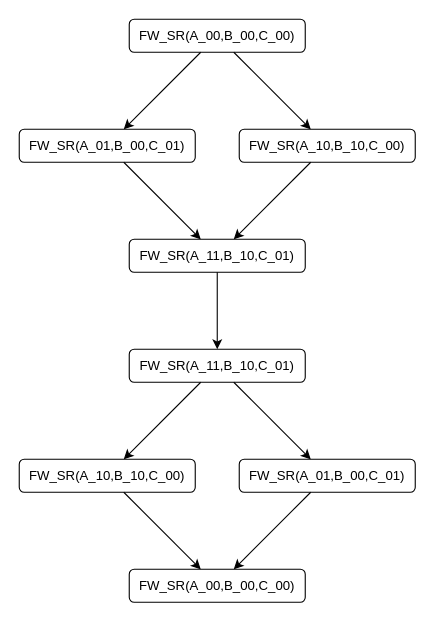
This is lab2/FW/diagrams/task_graph.drawio from panos-kaf/parallelSystems, a draw.io file, before an edit. Source tidied: cells renumbered, new cells numbered last; positions are measured from the earlier drawing's top-left corner, leaving out a move shared by most shapes. Both pictures are drawn from the tidied source at 110%, with x=0, y=0 at pixel (19, 19).
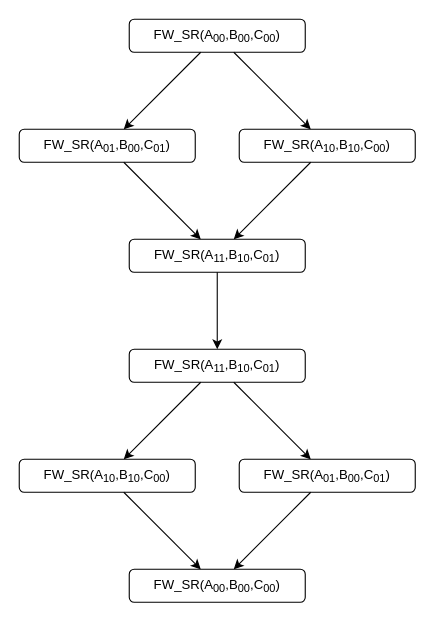
The same page after the edit.

Change to the diagram source:
```diff
@@
-    <mxCell id="2" value="FW_SR(A_00,B_00,C_00)" style="rounded=1;whiteSpace=wrap;html=1;" parent="1" vertex="1">
+    <mxCell id="2" value="FW_SR(A&lt;sub&gt;00&lt;/sub&gt;,B&lt;sub&gt;00&lt;/sub&gt;,C&lt;sub&gt;00&lt;/sub&gt;)" style="rounded=1;whiteSpace=wrap;html=1;" parent="1" vertex="1">
       <mxGeometry x="100" width="160" height="30" as="geometry" />
     </mxCell>
-    <mxCell id="3" value="&lt;div&gt;&lt;br&gt;&lt;/div&gt;&lt;div&gt;FW_SR(A_01,B_00,C_01)&lt;/div&gt;&lt;div&gt;&lt;br&gt;&lt;/div&gt;" style="rounded=1;whiteSpace=wrap;html=1;" parent="1" vertex="1">
+    <mxCell id="3" value="&lt;div&gt;&lt;br&gt;&lt;/div&gt;&lt;div&gt;FW_SR(A&lt;sub&gt;01&lt;/sub&gt;,B&lt;sub&gt;00&lt;/sub&gt;,C&lt;sub&gt;01&lt;/sub&gt;)&lt;/div&gt;&lt;div&gt;&lt;br&gt;&lt;/div&gt;" style="rounded=1;whiteSpace=wrap;html=1;" parent="1" vertex="1">
       <mxGeometry y="100" width="160" height="30" as="geometry" />
     </mxCell>
@@
-    <mxCell id="5" value="&lt;div&gt;&lt;br&gt;&lt;/div&gt;&lt;div&gt;FW_SR(A_10,B_10,C_00)&lt;/div&gt;&lt;div&gt;&lt;br&gt;&lt;/div&gt;" style="rounded=1;whiteSpace=wrap;html=1;" parent="1" vertex="1">
+    <mxCell id="5" value="&lt;div&gt;&lt;br&gt;&lt;/div&gt;&lt;div&gt;FW_SR(A&lt;sub&gt;10&lt;/sub&gt;,B&lt;sub&gt;10&lt;/sub&gt;,C&lt;sub&gt;00&lt;/sub&gt;)&lt;/div&gt;&lt;div&gt;&lt;br&gt;&lt;/div&gt;" style="rounded=1;whiteSpace=wrap;html=1;" parent="1" vertex="1">
       <mxGeometry x="200" y="100" width="160" height="30" as="geometry" />
     </mxCell>
@@
-    <mxCell id="7" value="&lt;div&gt;&lt;br&gt;&lt;/div&gt;&lt;div&gt;FW_SR(A_11,B_10,C_01)&lt;/div&gt;&lt;div&gt;&lt;br&gt;&lt;/div&gt;" style="rounded=1;whiteSpace=wrap;html=1;" parent="1" vertex="1">
+    <mxCell id="7" value="&lt;div&gt;&lt;br&gt;&lt;/div&gt;&lt;div&gt;FW_SR(A&lt;sub&gt;11&lt;/sub&gt;,B&lt;sub&gt;10&lt;/sub&gt;,C&lt;sub&gt;01&lt;/sub&gt;)&lt;/div&gt;&lt;div&gt;&lt;br&gt;&lt;/div&gt;" style="rounded=1;whiteSpace=wrap;html=1;" parent="1" vertex="1">
       <mxGeometry x="100" y="200" width="160" height="30" as="geometry" />
     </mxCell>
-    <mxCell id="8" value="&lt;div&gt;&lt;br&gt;&lt;/div&gt;&lt;div&gt;FW_SR(A_11,B_10,C_01)&lt;/div&gt;&lt;div&gt;&lt;br&gt;&lt;/div&gt;" style="rounded=1;whiteSpace=wrap;html=1;" parent="1" vertex="1">
+    <mxCell id="8" value="&lt;div&gt;&lt;br&gt;&lt;/div&gt;&lt;div&gt;FW_SR(A&lt;sub&gt;11&lt;/sub&gt;,B&lt;sub&gt;10&lt;/sub&gt;,C&lt;sub&gt;01&lt;/sub&gt;)&lt;/div&gt;&lt;div&gt;&lt;br&gt;&lt;/div&gt;" style="rounded=1;whiteSpace=wrap;html=1;" parent="1" vertex="1">
       <mxGeometry x="100" y="300" width="160" height="30" as="geometry" />
     </mxCell>
@@
-    <mxCell id="12" value="&lt;div&gt;&lt;br&gt;&lt;/div&gt;&lt;div&gt;FW_SR(A_10,B_10,C_00)&lt;/div&gt;&lt;div&gt;&lt;br&gt;&lt;/div&gt;" style="rounded=1;whiteSpace=wrap;html=1;" parent="1" vertex="1">
+    <mxCell id="12" value="&lt;div&gt;&lt;br&gt;&lt;/div&gt;&lt;div&gt;FW_SR(A&lt;sub&gt;10&lt;/sub&gt;,B&lt;sub&gt;10&lt;/sub&gt;,C&lt;sub&gt;00&lt;/sub&gt;)&lt;/div&gt;&lt;div&gt;&lt;br&gt;&lt;/div&gt;" style="rounded=1;whiteSpace=wrap;html=1;" parent="1" vertex="1">
       <mxGeometry y="400" width="160" height="30" as="geometry" />
     </mxCell>
@@
-    <mxCell id="14" value="&lt;div&gt;&lt;br&gt;&lt;/div&gt;&lt;div&gt;FW_SR(A_01,B_00,C_01)&lt;/div&gt;&lt;div&gt;&lt;br&gt;&lt;/div&gt;" style="rounded=1;whiteSpace=wrap;html=1;" parent="1" vertex="1">
+    <mxCell id="14" value="&lt;div&gt;&lt;br&gt;&lt;/div&gt;&lt;div&gt;FW_SR(A&lt;sub&gt;01&lt;/sub&gt;,B&lt;sub&gt;00&lt;/sub&gt;,C&lt;sub&gt;01&lt;/sub&gt;)&lt;/div&gt;&lt;div&gt;&lt;br&gt;&lt;/div&gt;" style="rounded=1;whiteSpace=wrap;html=1;" parent="1" vertex="1">
       <mxGeometry x="200" y="400" width="160" height="30" as="geometry" />
     </mxCell>
@@
-    <mxCell id="16" value="&lt;div&gt;&lt;br&gt;&lt;/div&gt;&lt;div&gt;FW_SR(A_00,B_00,C_00)&lt;/div&gt;&lt;div&gt;&lt;br&gt;&lt;/div&gt;" style="rounded=1;whiteSpace=wrap;html=1;" parent="1" vertex="1">
+    <mxCell id="16" value="&lt;div&gt;&lt;br&gt;&lt;/div&gt;&lt;div&gt;FW_SR(A&lt;sub&gt;00&lt;/sub&gt;,B&lt;sub&gt;00&lt;/sub&gt;,C&lt;sub&gt;00&lt;/sub&gt;)&lt;/div&gt;&lt;div&gt;&lt;br&gt;&lt;/div&gt;" style="rounded=1;whiteSpace=wrap;html=1;" parent="1" vertex="1">
       <mxGeometry x="100" y="500" width="160" height="30" as="geometry" />
     </mxCell>
```
